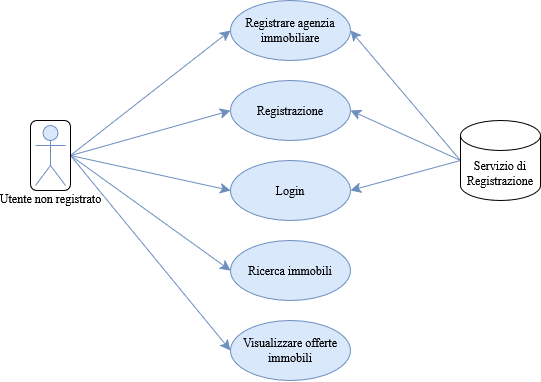
Earlier version of the draw.io export diagrammi/UseCase-Utente Non Registrato.drawio.png (Sperob98/Documentazione-DietiEstates25). Source tidied: cells renumbered, new cells last; positions are measured from the earlier drawing's top-left corner, leaving out a move shared by most shapes.
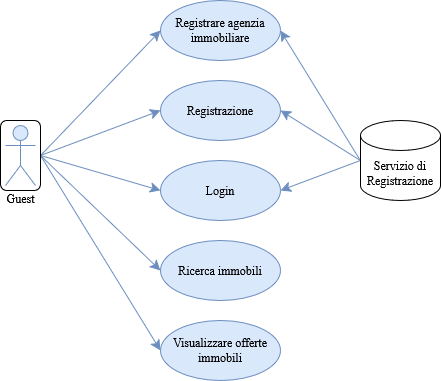
Above is the later version.

Change to the diagram source:
```diff
@@ -39,16 +39,16 @@
       <mxGeometry relative="1" as="geometry" />
     </mxCell>
     <mxCell id="14" value="Servizio di Registrazione" style="shape=cylinder3;whiteSpace=wrap;html=1;boundedLbl=1;backgroundOutline=1;size=15;rounded=0;" parent="1" vertex="1">
-      <mxGeometry x="430" y="120" width="80" height="80" as="geometry" />
+      <mxGeometry x="400" y="120" width="80" height="80" as="geometry" />
     </mxCell>
     <mxCell id="15" style="edgeStyle=none;curved=1;rounded=0;jettySize=auto;html=1;exitX=1;exitY=0.5;exitDx=0;exitDy=0;fontSize=12;startSize=8;endSize=8;entryX=0;entryY=0.5;entryDx=0;entryDy=0;fillColor=#dae8fc;strokeColor=#6c8ebf;" parent="1" edge="1" source="16" target="9">
       <mxGeometry relative="1" as="geometry" />
     </mxCell>
     <mxCell id="16" style="rounded=1;whiteSpace=wrap;html=1;" parent="1" vertex="1">
-      <mxGeometry y="120" width="40" height="70" as="geometry" />
+      <mxGeometry x="40" y="120" width="40" height="70" as="geometry" />
     </mxCell>
-    <mxCell id="17" value="Utente non registrato" style="shape=umlActor;verticalLabelPosition=bottom;verticalAlign=top;html=1;rounded=0;fillColor=#dae8fc;strokeColor=#6c8ebf;" parent="1" vertex="1">
-      <mxGeometry x="5" y="125" width="30" height="60" as="geometry" />
+    <mxCell id="17" value="Guest" style="shape=umlActor;verticalLabelPosition=bottom;verticalAlign=top;html=1;rounded=0;fillColor=#dae8fc;strokeColor=#6c8ebf;" parent="1" vertex="1">
+      <mxGeometry x="45" y="125" width="30" height="60" as="geometry" />
     </mxCell>
   </root>
 </mxGraphModel>
```
